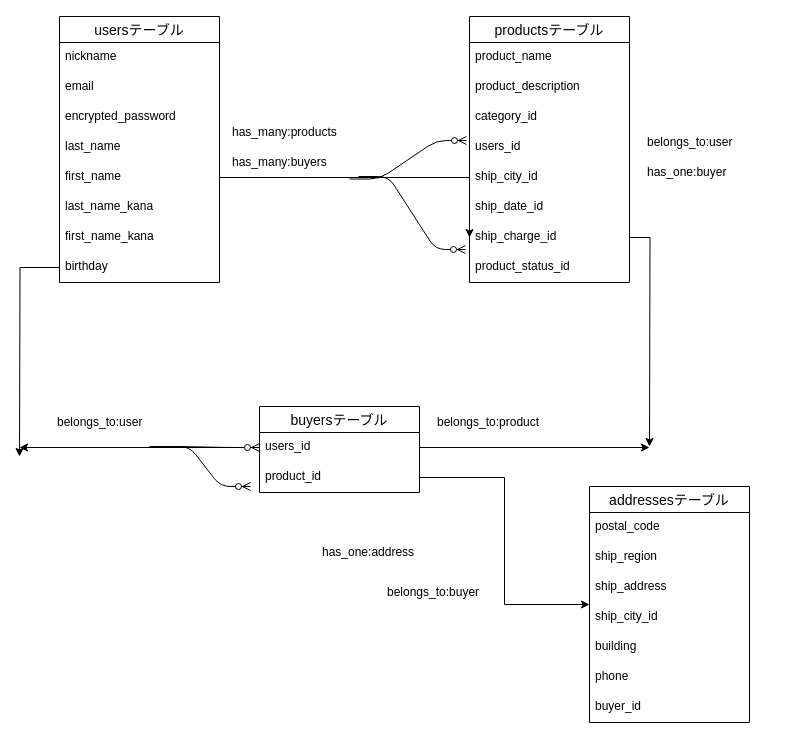
The draw.io diagram er.dio in yuuki-ebinuma/furima-34477, before the edit. Source tidied: cells renumbered, new cells numbered last; positions are measured from the earlier drawing's top-left corner, leaving out a move shared by most shapes. Both pictures are drawn from the tidied source at 100%, with x=0, y=0 at pixel (19, 16).
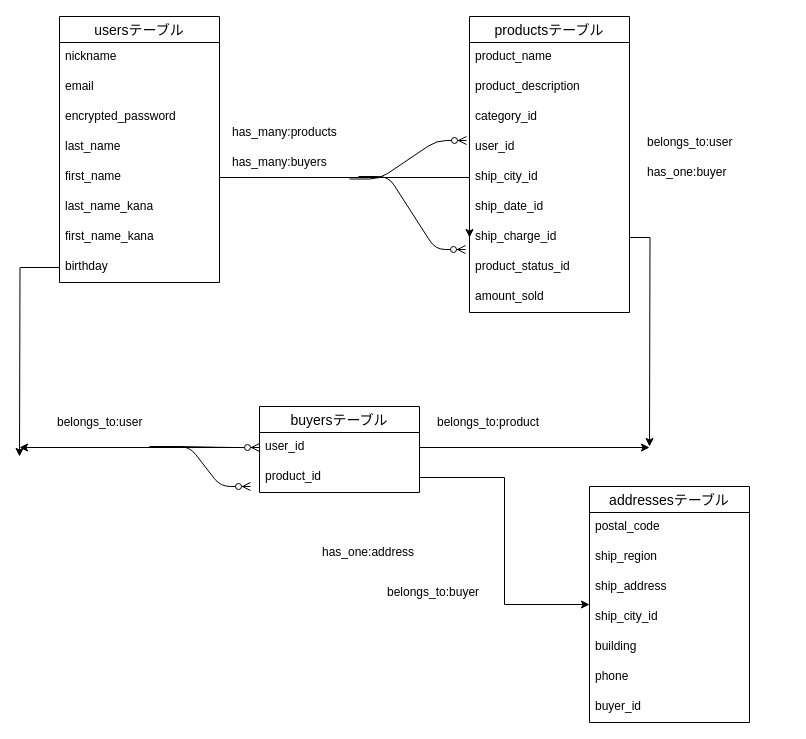
The same diagram, later.

Commit message (it also covers changes not shown here):
データベース修正3

Unchanged cells that the change refers to:
```xml
<mxCell id="20" value="buyersテーブル" style="swimlane;fontStyle=0;horizontal=1;startSize=26;align=center;fontSize=14;" parent="1" vertex="1">
  <mxGeometry x="240" y="390" width="160" height="86" as="geometry" />
</mxCell>
```

Change to the diagram source:
```diff
@@
     <mxCell id="11" value="productsテーブル" style="swimlane;fontStyle=0;horizontal=1;startSize=26;align=center;fontSize=14;" parent="1" vertex="1">
-      <mxGeometry x="450" width="160" height="266" as="geometry" />
+      <mxGeometry x="450" width="160" height="296" as="geometry" />
     </mxCell>
@@
-    <mxCell id="15" value="users_id" style="text;strokeColor=none;fillColor=none;spacingLeft=4;spacingRight=4;overflow=hidden;fontSize=12;" parent="11" vertex="1">
+    <mxCell id="15" value="user_id" style="text;strokeColor=none;fillColor=none;spacingLeft=4;spacingRight=4;overflow=hidden;fontSize=12;" parent="11" vertex="1">
       <mxGeometry y="116" width="160" height="30" as="geometry" />
     </mxCell>
@@
+    <mxCell id="73" value="amount_sold" style="text;strokeColor=none;fillColor=none;spacingLeft=4;spacingRight=4;overflow=hidden;fontSize=12;" parent="11" vertex="1">
+      <mxGeometry y="266" width="160" height="30" as="geometry" />
+    </mxCell>
@@
-    <mxCell id="21" value="users_id" style="text;strokeColor=none;fillColor=none;spacingLeft=4;spacingRight=4;overflow=hidden;points=[[0,0.5],[1,0.5]];portConstraint=eastwest;fontSize=12;" parent="20" vertex="1">
+    <mxCell id="21" value="user_id" style="text;strokeColor=none;fillColor=none;spacingLeft=4;spacingRight=4;overflow=hidden;points=[[0,0.5],[1,0.5]];portConstraint=eastwest;fontSize=12;" parent="20" vertex="1">
       <mxGeometry y="26" width="160" height="30" as="geometry" />
     </mxCell>
```
